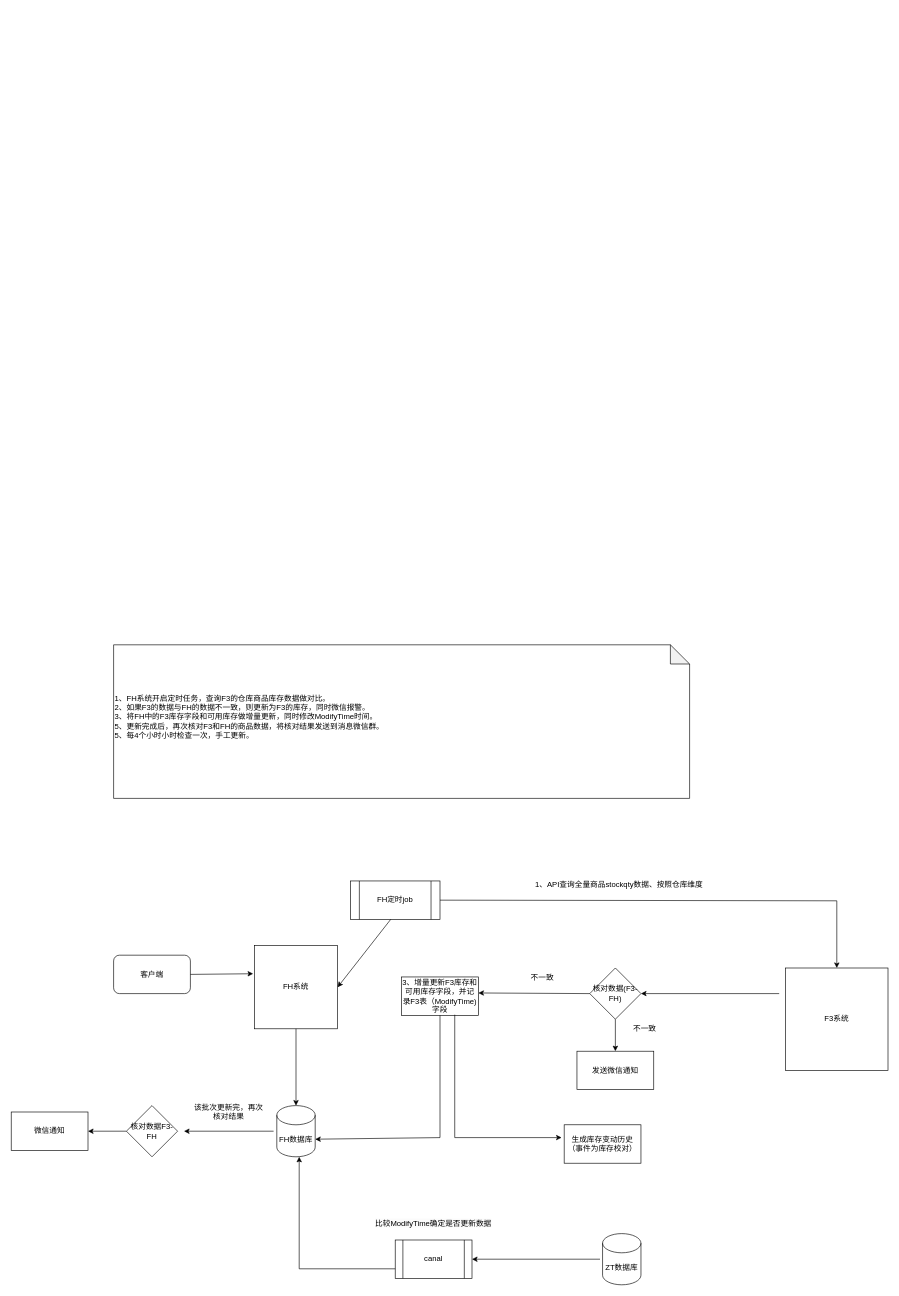
Before: SketchMap/FH库存校验.drawio in liuyunlong1229/aaa, a draw.io diagram. Source tidied: cells renumbered, new cells numbered last; positions are measured from the earlier drawing's top-left corner, leaving out a move shared by most shapes. Both pictures are drawn from the tidied source at 64%, with x=0, y=0 at pixel (11, 644).
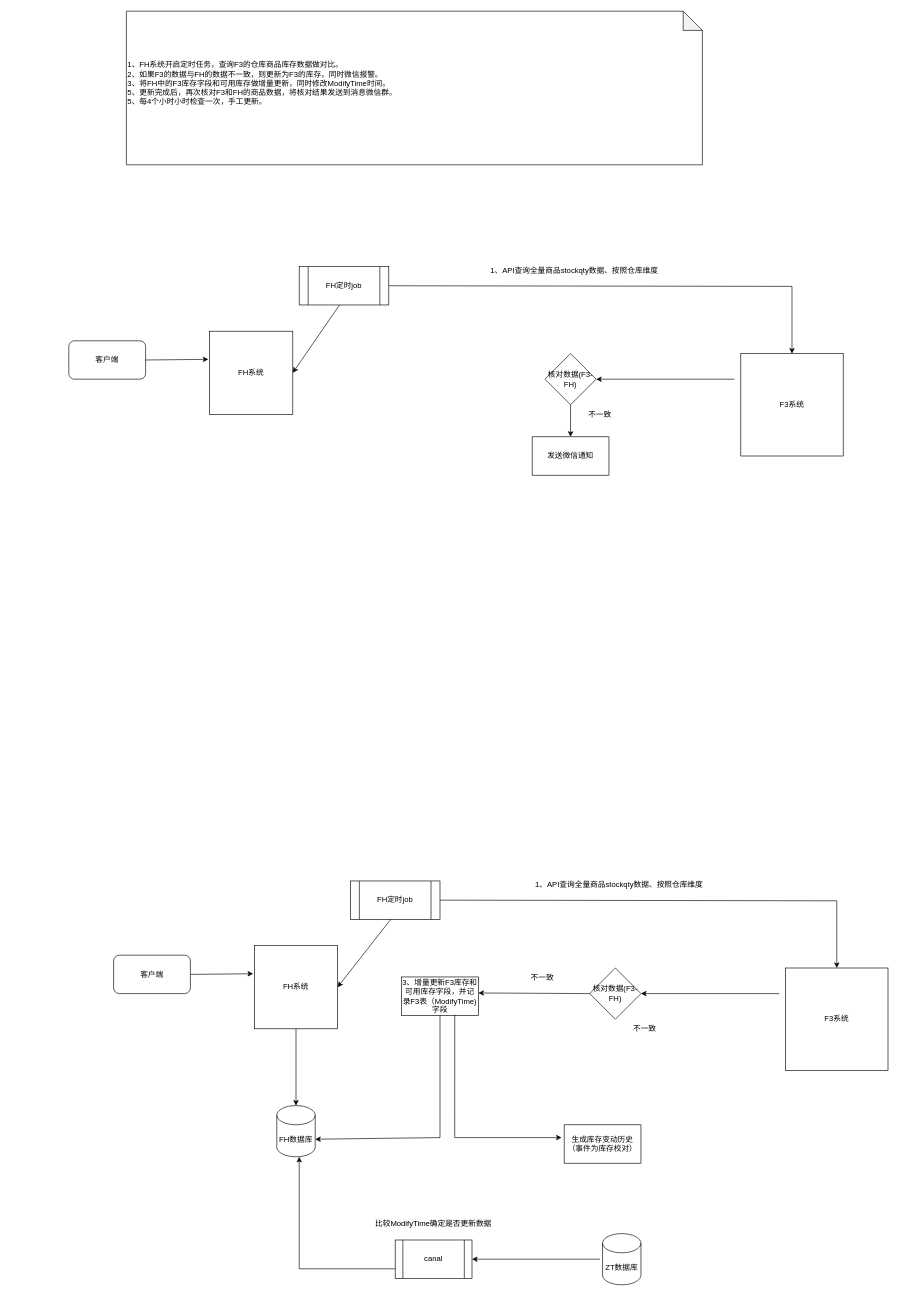
After the change.

Commit message:
更新FH库存校验.drawio

Unchanged cells that the change refers to:
```xml
<mxCell id="13" value="核对数据(F3-FH)" style="rhombus;whiteSpace=wrap;html=1;" parent="1" vertex="1">
  <mxGeometry x="904" y="505" width="80" height="80" as="geometry" />
</mxCell>
```

Change to the diagram source:
```diff
@@
-    <mxCell id="12" style="edgeStyle=orthogonalEdgeStyle;rounded=0;jettySize=auto;html=1;" parent="1" edge="1" source="13" target="28">
-      <mxGeometry relative="1" as="geometry" />
-    </mxCell>
@@
-    <mxCell id="23" style="endArrow=classic;html=1;rounded=0;entryX=1;entryY=0.5;entryDx=0;entryDy=0;" parent="1" edge="1">
-      <mxGeometry relative="1" as="geometry">
-        <mxPoint x="410" y="760" as="sourcePoint" />
-        <mxPoint x="270" y="760" as="targetPoint" />
-      </mxGeometry>
-    </mxCell>
-    <mxCell id="24" style="edgeStyle=orthogonalEdgeStyle;rounded=0;jettySize=auto;html=1;entryX=1;entryY=0.5;entryDx=0;entryDy=0;" parent="1" edge="1" source="25" target="26">
-      <mxGeometry relative="1" as="geometry" />
-    </mxCell>
-    <mxCell id="25" value="核对数据F3-FH" style="rhombus;whiteSpace=wrap;html=1;" parent="1" vertex="1">
-      <mxGeometry x="180" y="720" width="80" height="80" as="geometry" />
-    </mxCell>
-    <mxCell id="26" value="微信通知" style="rounded=0;whiteSpace=wrap;html=1;" parent="1" vertex="1">
-      <mxGeometry y="730" width="120" height="60" as="geometry" />
-    </mxCell>
-    <mxCell id="27" value="该批次更新完，再次核对结果" style="text;html=1;align=center;verticalAlign=middle;whiteSpace=wrap;rounded=0;" parent="1" vertex="1">
-      <mxGeometry x="280" y="700" width="120" height="60" as="geometry" />
-    </mxCell>
-    <mxCell id="28" value="发送微信通知" style="rounded=0;whiteSpace=wrap;html=1;" parent="1" vertex="1">
-      <mxGeometry x="884" y="635" width="120" height="60" as="geometry" />
-    </mxCell>
@@
     <mxCell id="31" value="&lt;div&gt;&lt;div&gt;1、FH系统开启定时任务，查询F3的仓库商品库存数据做对比。&lt;/div&gt;&lt;div&gt;2、如果F3的数据与FH的数据不一致，则更新为F3的库存，同时微信报警。&lt;/div&gt;&lt;div&gt;3、将FH中的F3库存字段和可用库存做增量更新，同时修改&lt;span style=&quot;text-align: center; background-color: initial;&quot;&gt;ModifyTime时间。&lt;/span&gt;&lt;/div&gt;&lt;div&gt;5、更新完成后，再次核对F3和FH的商品数据，将核对结果发送到消息微信群。&lt;br&gt;5、每4个小时小时检查一次，手工更新。&lt;/div&gt;&lt;/div&gt;&lt;div&gt;&lt;br&gt;&lt;/div&gt;" style="shape=note;whiteSpace=wrap;html=1;backgroundOutline=1;darkOpacity=0.05;align=left;" parent="1" vertex="1">
-      <mxGeometry x="160" width="900" height="240" as="geometry" />
+      <mxGeometry x="180" y="-990" width="900" height="240" as="geometry" />
     </mxCell>
@@
+    <mxCell id="34" value="FH系统" style="whiteSpace=wrap;html=1;" parent="1" vertex="1">
+      <mxGeometry x="310" y="-490" width="130" height="130" as="geometry" />
+    </mxCell>
+    <mxCell id="35" value="F3系统" style="whiteSpace=wrap;html=1;" parent="1" vertex="1">
+      <mxGeometry x="1140" y="-455" width="160" height="160" as="geometry" />
+    </mxCell>
+    <mxCell id="36" value="FH定时job" style="shape=process;whiteSpace=wrap;html=1;backgroundOutline=1;" parent="1" vertex="1">
+      <mxGeometry x="450" y="-591" width="140" height="60" as="geometry" />
+    </mxCell>
+    <mxCell id="37" style="endArrow=classic;html=1;rounded=0;entryX=0.5;entryY=0;entryDx=0;entryDy=0;exitX=1;exitY=0.5;exitDx=0;exitDy=0;" parent="1" edge="1" source="36" target="35">
+      <mxGeometry relative="1" as="geometry">
+        <Array as="points">
+          <mxPoint x="1220" y="-560" />
+        </Array>
+      </mxGeometry>
+    </mxCell>
+    <mxCell id="38" value="1、API查询全量商品stockqty数据、按照仓库维度" style="text;html=1;align=center;verticalAlign=middle;whiteSpace=wrap;rounded=0;" parent="1" vertex="1">
+      <mxGeometry x="730" y="-600" width="300" height="30" as="geometry" />
+    </mxCell>
+    <mxCell id="39" style="endArrow=classic;html=1;rounded=0;exitX=0.45;exitY=1;exitDx=0;exitDy=0;exitPerimeter=0;entryX=1;entryY=0.5;entryDx=0;entryDy=0;" parent="1" edge="1" source="36" target="34">
+      <mxGeometry relative="1" as="geometry" />
+    </mxCell>
+    <mxCell id="40" value="客户端" style="rounded=1;whiteSpace=wrap;html=1;" parent="1" vertex="1">
+      <mxGeometry x="90" y="-475" width="120" height="60" as="geometry" />
+    </mxCell>
+    <mxCell id="41" style="endArrow=classic;html=1;rounded=0;exitX=1;exitY=0.5;exitDx=0;exitDy=0;entryX=-0.015;entryY=0.338;entryDx=0;entryDy=0;entryPerimeter=0;" parent="1" edge="1" source="40" target="34">
+      <mxGeometry relative="1" as="geometry" />
+    </mxCell>
+    <mxCell id="42" style="edgeStyle=orthogonalEdgeStyle;rounded=0;jettySize=auto;html=1;" parent="1" edge="1" source="43" target="28">
+      <mxGeometry relative="1" as="geometry" />
+    </mxCell>
+    <mxCell id="43" value="核对数据(F3-FH)" style="rhombus;whiteSpace=wrap;html=1;" parent="1" vertex="1">
+      <mxGeometry x="834" y="-455" width="80" height="80" as="geometry" />
+    </mxCell>
+    <mxCell id="44" style="endArrow=classic;html=1;rounded=0;entryX=1;entryY=0.5;entryDx=0;entryDy=0;" parent="1" edge="1" target="43">
+      <mxGeometry relative="1" as="geometry">
+        <mxPoint x="1130" y="-415" as="sourcePoint" />
+      </mxGeometry>
+    </mxCell>
+    <mxCell id="28" value="发送微信通知" style="rounded=0;whiteSpace=wrap;html=1;" parent="1" vertex="1">
+      <mxGeometry x="814" y="-325" width="120" height="60" as="geometry" />
+    </mxCell>
+    <mxCell id="45" value="不一致" style="text;html=1;align=center;verticalAlign=middle;whiteSpace=wrap;rounded=0;" parent="1" vertex="1">
+      <mxGeometry x="890" y="-375" width="60" height="30" as="geometry" />
+    </mxCell>
```
